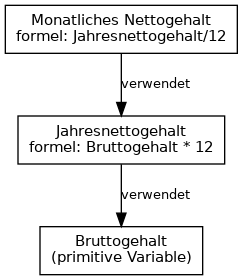
Before: dokumentation/diagramme/abhaendigkeiten.png, a diagram exported from Graphviz (InfAI/ExcelToBerechnungsvorschriften). Its source is kept beside it as dokumentation/diagramme/abhaendigkeiten.dot.
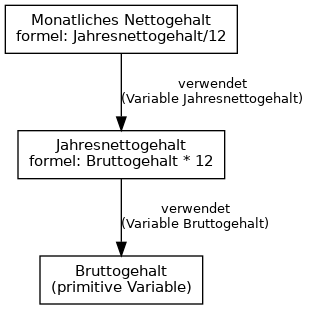
After the change.

Diff of the diagram source:
```diff
@@ -7,7 +7,6 @@
     BV2 [label="Jahresnettogehalt\nformel: Bruttogehalt * 12"];
     BV3 [label="Bruttogehalt\n(primitive Variable)"];
 
-    BV1 -> BV2 [label="verwendet"];
-    BV2 -> BV3 [label="verwendet"];
-
+    BV1 -> BV2 [label="verwendet\n(Variable Jahresnettogehalt)"];
+    BV2 -> BV3 [label="verwendet\n(Variable Bruttogehalt)"];
 }
```
